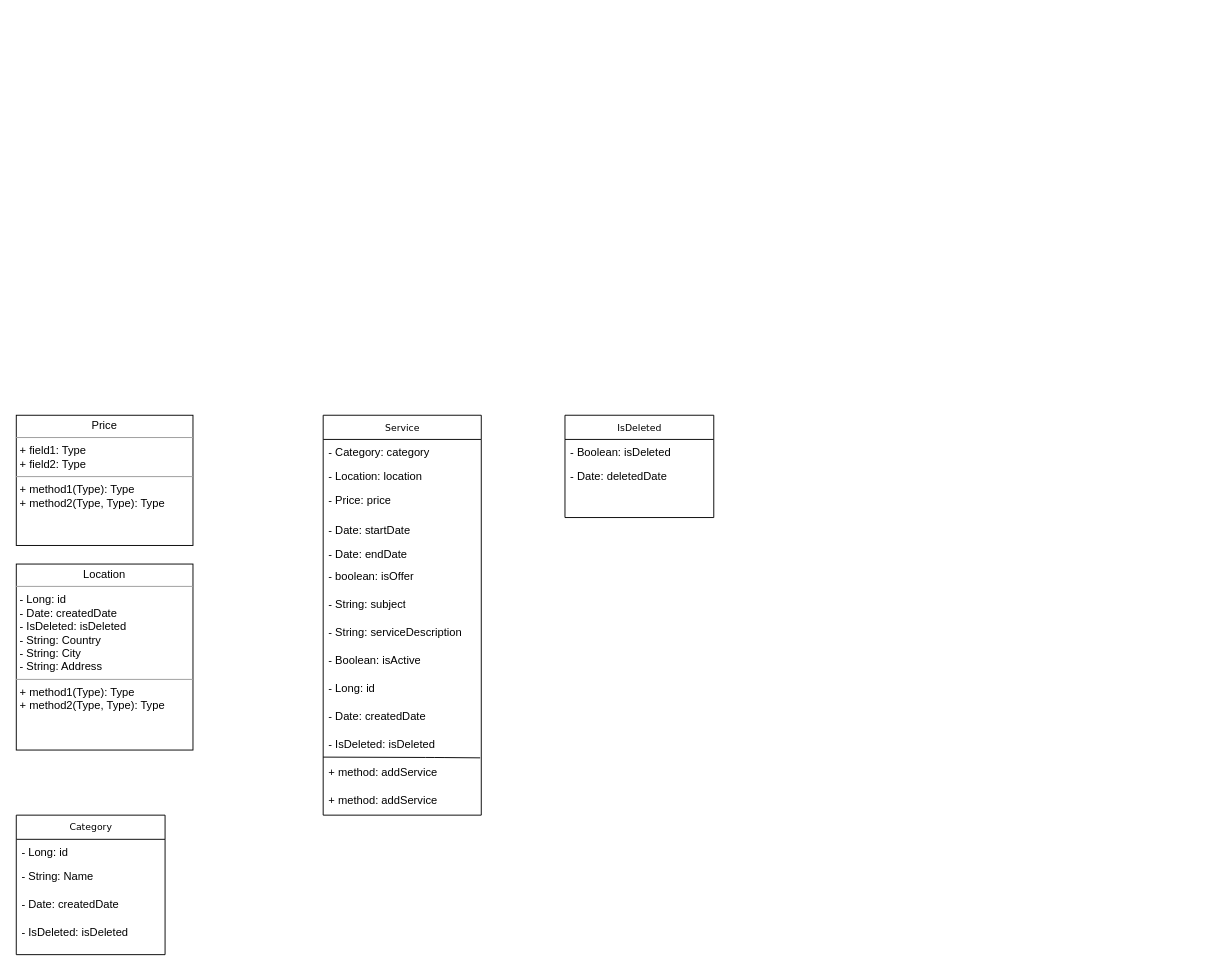
Earlier version of the draw.io diagram HelppyUML.drawio (StanislavRa/group_A_Helppy). Source tidied: cells renumbered, new cells numbered last; positions are measured from the earlier drawing's top-left corner, leaving out a move shared by most shapes. Both pictures are drawn from the tidied source at 93%, with x=0, y=0 at pixel (16, 415).
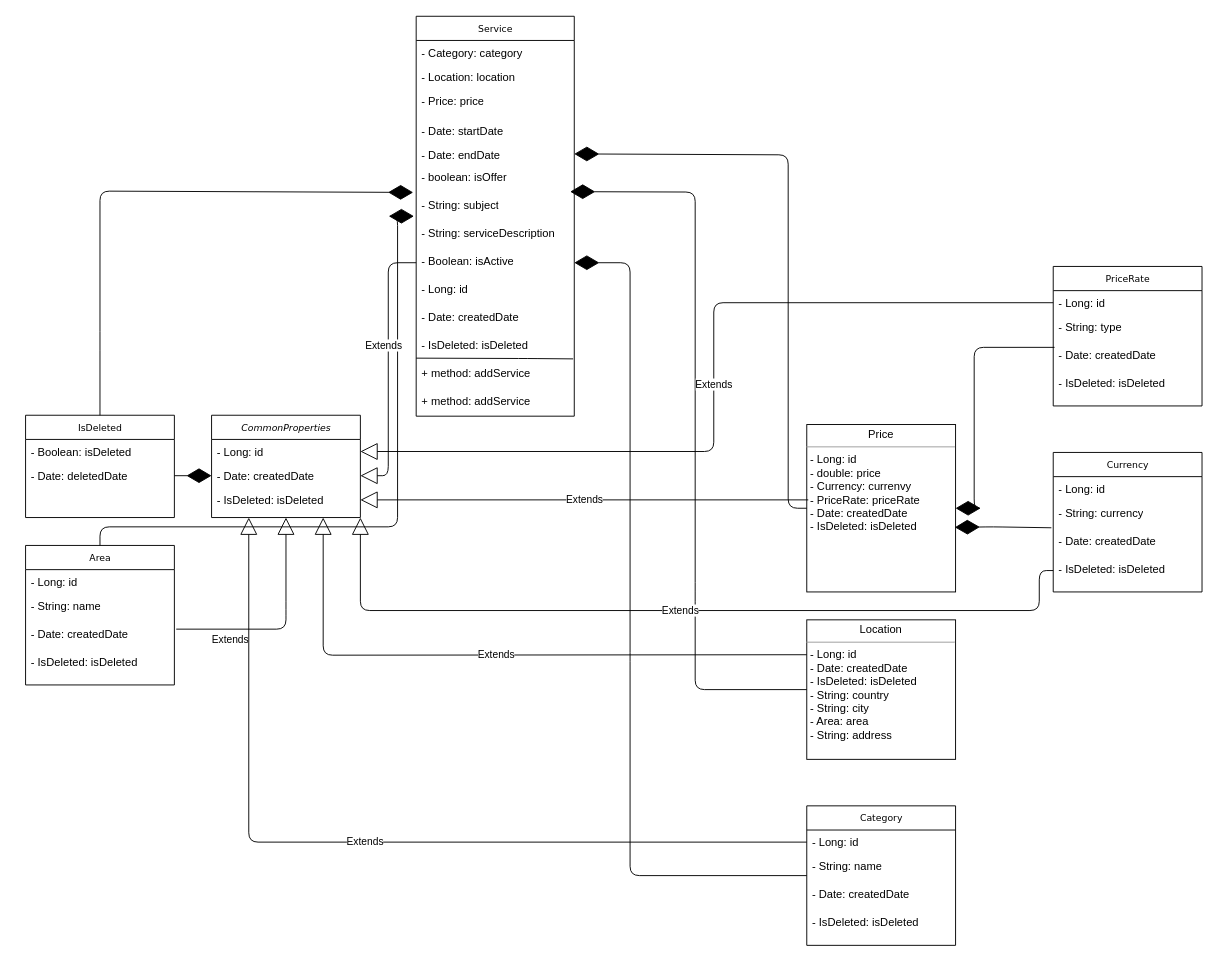
The same page after the edit.

The change refers to these unchanged cells:
```xml
<mxCell id="3" value="- Long: id" style="text;html=1;strokeColor=none;fillColor=none;align=left;verticalAlign=top;spacingLeft=4;spacingRight=4;whiteSpace=wrap;overflow=hidden;points=[[0,0.5],[1,0.5]];portConstraint=eastwest;" parent="2" vertex="1">
  <mxGeometry y="26" width="160" height="26" as="geometry" />
</mxCell>
<mxCell id="12" value="- Date: endDate" style="text;html=1;strokeColor=none;fillColor=none;align=left;verticalAlign=top;spacingLeft=4;spacingRight=4;whiteSpace=wrap;overflow=hidden;points=[[0,0.5],[1,0.5]];portConstraint=eastwest;" parent="7" vertex="1">
  <mxGeometry y="136" width="170" height="24" as="geometry" />
</mxCell>
<mxCell id="14" value="- String: subject" style="text;html=1;strokeColor=none;fillColor=none;align=left;verticalAlign=top;spacingLeft=4;spacingRight=4;whiteSpace=wrap;overflow=hidden;points=[[0,0.5],[1,0.5]];portConstraint=eastwest;" parent="7" vertex="1">
  <mxGeometry y="190" width="170" height="30" as="geometry" />
</mxCell>
<mxCell id="16" value="- Boolean: isActive" style="text;html=1;strokeColor=none;fillColor=none;align=left;verticalAlign=top;spacingLeft=4;spacingRight=4;whiteSpace=wrap;overflow=hidden;points=[[0,0.5],[1,0.5]];portConstraint=eastwest;" parent="7" vertex="1">
  <mxGeometry y="250" width="170" height="30" as="geometry" />
</mxCell>
<mxCell id="27" value="- Date: deletedDate" style="text;html=1;strokeColor=none;fillColor=none;align=left;verticalAlign=top;spacingLeft=4;spacingRight=4;whiteSpace=wrap;overflow=hidden;points=[[0,0.5],[1,0.5]];portConstraint=eastwest;" parent="25" vertex="1">
  <mxGeometry y="52" width="160" height="26" as="geometry" />
</mxCell>
```

The edit, as a diff of the source:
```diff
@@
     <mxCell id="2" value="Category" style="swimlane;html=1;fontStyle=0;horizontal=1;startSize=26;fillColor=none;swimlaneFillColor=#ffffff;rounded=0;shadow=0;comic=0;labelBackgroundColor=none;strokeWidth=1;fontFamily=Verdana;fontSize=10;align=center;" parent="1" vertex="1">
-      <mxGeometry y="430" width="160" height="150" as="geometry" />
+      <mxGeometry x="850" y="420" width="160" height="150" as="geometry" />
     </mxCell>
@@
-    <mxCell id="4" value="- String: Name" style="text;html=1;strokeColor=none;fillColor=none;align=left;verticalAlign=top;spacingLeft=4;spacingRight=4;whiteSpace=wrap;overflow=hidden;points=[[0,0.5],[1,0.5]];portConstraint=eastwest;" parent="2" vertex="1">
+    <mxCell id="4" value="- String: name" style="text;html=1;strokeColor=none;fillColor=none;align=left;verticalAlign=top;spacingLeft=4;spacingRight=4;whiteSpace=wrap;overflow=hidden;points=[[0,0.5],[1,0.5]];portConstraint=eastwest;" parent="2" vertex="1">
       <mxGeometry y="52" width="160" height="30" as="geometry" />
     </mxCell>
@@
     <mxCell id="7" value="Service" style="swimlane;html=1;fontStyle=0;horizontal=1;startSize=26;fillColor=none;swimlaneFillColor=#ffffff;rounded=0;shadow=0;comic=0;labelBackgroundColor=none;strokeWidth=1;fontFamily=Verdana;fontSize=10;align=center;" parent="1" vertex="1">
-      <mxGeometry x="330" width="170" height="430" as="geometry" />
+      <mxGeometry x="430" y="-429" width="170" height="430" as="geometry" />
     </mxCell>
@@
-    <mxCell id="23" value="&lt;p style=&quot;margin: 0px ; margin-top: 4px ; text-align: center&quot;&gt;Location&lt;/p&gt;&lt;hr size=&quot;1&quot;&gt;&lt;p style=&quot;margin: 0px ; margin-left: 4px&quot;&gt;- Long: id&lt;br&gt;- Date: createdDate&lt;/p&gt;&lt;p style=&quot;margin: 0px ; margin-left: 4px&quot;&gt;- IsDeleted: isDeleted&lt;/p&gt;&lt;p style=&quot;margin: 0px ; margin-left: 4px&quot;&gt;- String: Country&lt;/p&gt;&lt;p style=&quot;margin: 0px ; margin-left: 4px&quot;&gt;- String: City&lt;/p&gt;&lt;p style=&quot;margin: 0px ; margin-left: 4px&quot;&gt;- String: Address&lt;/p&gt;&lt;hr size=&quot;1&quot;&gt;&lt;p style=&quot;margin: 0px ; margin-left: 4px&quot;&gt;+ method1(Type): Type&lt;br&gt;+ method2(Type, Type): Type&lt;/p&gt;" style="verticalAlign=top;align=left;overflow=fill;fontSize=12;fontFamily=Helvetica;html=1;rounded=0;shadow=0;comic=0;labelBackgroundColor=none;strokeWidth=1;" parent="1" vertex="1">
-      <mxGeometry y="160" width="190" height="200" as="geometry" />
+    <mxCell id="23" value="&lt;p style=&quot;margin: 0px ; margin-top: 4px ; text-align: center&quot;&gt;Location&lt;/p&gt;&lt;hr size=&quot;1&quot;&gt;&lt;p style=&quot;margin: 0px ; margin-left: 4px&quot;&gt;- Long: id&lt;br&gt;- Date: createdDate&lt;/p&gt;&lt;p style=&quot;margin: 0px ; margin-left: 4px&quot;&gt;- IsDeleted: isDeleted&lt;/p&gt;&lt;p style=&quot;margin: 0px ; margin-left: 4px&quot;&gt;- String: country&lt;/p&gt;&lt;p style=&quot;margin: 0px ; margin-left: 4px&quot;&gt;- String: city&lt;/p&gt;&lt;p style=&quot;margin: 0px ; margin-left: 4px&quot;&gt;- Area: area&lt;/p&gt;&lt;p style=&quot;margin: 0px ; margin-left: 4px&quot;&gt;- String: address&lt;/p&gt;" style="verticalAlign=top;align=left;overflow=fill;fontSize=12;fontFamily=Helvetica;html=1;rounded=0;shadow=0;comic=0;labelBackgroundColor=none;strokeWidth=1;" parent="1" vertex="1">
+      <mxGeometry x="850" y="220" width="160" height="150" as="geometry" />
     </mxCell>
-    <mxCell id="24" value="&lt;p style=&quot;margin: 0px ; margin-top: 4px ; text-align: center&quot;&gt;Price&lt;/p&gt;&lt;hr size=&quot;1&quot;&gt;&lt;p style=&quot;margin: 0px ; margin-left: 4px&quot;&gt;+ field1: Type&lt;br&gt;+ field2: Type&lt;/p&gt;&lt;hr size=&quot;1&quot;&gt;&lt;p style=&quot;margin: 0px ; margin-left: 4px&quot;&gt;+ method1(Type): Type&lt;br&gt;+ method2(Type, Type): Type&lt;/p&gt;" style="verticalAlign=top;align=left;overflow=fill;fontSize=12;fontFamily=Helvetica;html=1;rounded=0;shadow=0;comic=0;labelBackgroundColor=none;strokeWidth=1;" parent="1" vertex="1">
-      <mxGeometry width="190" height="140" as="geometry" />
+    <mxCell id="24" value="&lt;p style=&quot;margin: 0px ; margin-top: 4px ; text-align: center&quot;&gt;Price&lt;/p&gt;&lt;hr size=&quot;1&quot;&gt;&lt;p style=&quot;margin: 0px ; margin-left: 4px&quot;&gt;- Long: id&lt;br&gt;- double: price&lt;/p&gt;&lt;p style=&quot;margin: 0px ; margin-left: 4px&quot;&gt;- Currency: currenvy&lt;/p&gt;&lt;p style=&quot;margin: 0px ; margin-left: 4px&quot;&gt;- PriceRate: priceRate&lt;/p&gt;&lt;p style=&quot;margin: 0px ; margin-left: 4px&quot;&gt;- Date: createdDate&lt;/p&gt;&lt;p style=&quot;margin: 0px ; margin-left: 4px&quot;&gt;- IsDeleted: isDeleted&lt;/p&gt;" style="verticalAlign=top;align=left;overflow=fill;fontSize=12;fontFamily=Helvetica;html=1;rounded=0;shadow=0;comic=0;labelBackgroundColor=none;strokeWidth=1;" parent="1" vertex="1">
+      <mxGeometry x="850" y="10" width="160" height="180" as="geometry" />
     </mxCell>
     <mxCell id="25" value="IsDeleted" style="swimlane;html=1;fontStyle=0;horizontal=1;startSize=26;fillColor=none;swimlaneFillColor=#ffffff;rounded=0;shadow=0;comic=0;labelBackgroundColor=none;strokeWidth=1;fontFamily=Verdana;fontSize=10;align=center;" parent="1" vertex="1">
-      <mxGeometry x="590" width="160" height="110" as="geometry" />
+      <mxGeometry x="10" width="160" height="110" as="geometry" />
     </mxCell>
@@
+    <mxCell id="28" value="Area" style="swimlane;html=1;fontStyle=0;horizontal=1;startSize=26;fillColor=none;swimlaneFillColor=#ffffff;rounded=0;shadow=0;comic=0;labelBackgroundColor=none;strokeWidth=1;fontFamily=Verdana;fontSize=10;align=center;" parent="1" vertex="1">
+      <mxGeometry x="10" y="140" width="160" height="150" as="geometry" />
+    </mxCell>
+    <mxCell id="29" value="- Long: id" style="text;html=1;strokeColor=none;fillColor=none;align=left;verticalAlign=top;spacingLeft=4;spacingRight=4;whiteSpace=wrap;overflow=hidden;" parent="28" vertex="1">
+      <mxGeometry y="26" width="160" height="26" as="geometry" />
+    </mxCell>
+    <mxCell id="30" value="- String: name" style="text;html=1;strokeColor=none;fillColor=none;align=left;verticalAlign=top;spacingLeft=4;spacingRight=4;whiteSpace=wrap;overflow=hidden;" parent="28" vertex="1">
+      <mxGeometry y="52" width="160" height="30" as="geometry" />
+    </mxCell>
+    <mxCell id="31" value="- Date: createdDate" style="text;html=1;strokeColor=none;fillColor=none;align=left;verticalAlign=top;spacingLeft=4;spacingRight=4;whiteSpace=wrap;overflow=hidden;" parent="28" vertex="1">
+      <mxGeometry y="82" width="160" height="30" as="geometry" />
+    </mxCell>
+    <mxCell id="32" value="- IsDeleted: isDeleted" style="text;html=1;strokeColor=none;fillColor=none;align=left;verticalAlign=top;spacingLeft=4;spacingRight=4;whiteSpace=wrap;overflow=hidden;" parent="28" vertex="1">
+      <mxGeometry y="112" width="160" height="30" as="geometry" />
+    </mxCell>
+    <mxCell id="33" value="PriceRate" style="swimlane;html=1;fontStyle=0;horizontal=1;startSize=26;fillColor=none;swimlaneFillColor=#ffffff;rounded=0;shadow=0;comic=0;labelBackgroundColor=none;strokeWidth=1;fontFamily=Verdana;fontSize=10;align=center;" parent="1" vertex="1">
+      <mxGeometry x="1115" y="-160" width="160" height="150" as="geometry" />
+    </mxCell>
+    <mxCell id="34" value="- Long: id" style="text;html=1;strokeColor=none;fillColor=none;align=left;verticalAlign=top;spacingLeft=4;spacingRight=4;whiteSpace=wrap;overflow=hidden;points=[[0,0.5],[1,0.5]];portConstraint=eastwest;" parent="33" vertex="1">
+      <mxGeometry y="26" width="160" height="26" as="geometry" />
+    </mxCell>
+    <mxCell id="35" value="- String: type" style="text;html=1;strokeColor=none;fillColor=none;align=left;verticalAlign=top;spacingLeft=4;spacingRight=4;whiteSpace=wrap;overflow=hidden;" parent="33" vertex="1">
+      <mxGeometry y="52" width="160" height="30" as="geometry" />
+    </mxCell>
+    <mxCell id="36" value="- Date: createdDate" style="text;html=1;strokeColor=none;fillColor=none;align=left;verticalAlign=top;spacingLeft=4;spacingRight=4;whiteSpace=wrap;overflow=hidden;points=[[0,0.5],[1,0.5]];portConstraint=eastwest;" parent="33" vertex="1">
+      <mxGeometry y="82" width="160" height="30" as="geometry" />
+    </mxCell>
+    <mxCell id="37" value="- IsDeleted: isDeleted" style="text;html=1;strokeColor=none;fillColor=none;align=left;verticalAlign=top;spacingLeft=4;spacingRight=4;whiteSpace=wrap;overflow=hidden;" parent="33" vertex="1">
+      <mxGeometry y="112" width="160" height="30" as="geometry" />
+    </mxCell>
+    <mxCell id="38" value="Currency" style="swimlane;html=1;fontStyle=0;horizontal=1;startSize=26;fillColor=none;swimlaneFillColor=#ffffff;rounded=0;shadow=0;comic=0;labelBackgroundColor=none;strokeWidth=1;fontFamily=Verdana;fontSize=10;align=center;" parent="1" vertex="1">
+      <mxGeometry x="1115" y="40" width="160" height="150" as="geometry" />
+    </mxCell>
+    <mxCell id="39" value="- Long: id" style="text;html=1;strokeColor=none;fillColor=none;align=left;verticalAlign=top;spacingLeft=4;spacingRight=4;whiteSpace=wrap;overflow=hidden;" parent="38" vertex="1">
+      <mxGeometry y="26" width="160" height="26" as="geometry" />
+    </mxCell>
+    <mxCell id="40" value="- String: currency" style="text;html=1;strokeColor=none;fillColor=none;align=left;verticalAlign=top;spacingLeft=4;spacingRight=4;whiteSpace=wrap;overflow=hidden;" parent="38" vertex="1">
+      <mxGeometry y="52" width="160" height="30" as="geometry" />
+    </mxCell>
+    <mxCell id="41" value="- Date: createdDate" style="text;html=1;strokeColor=none;fillColor=none;align=left;verticalAlign=top;spacingLeft=4;spacingRight=4;whiteSpace=wrap;overflow=hidden;" parent="38" vertex="1">
+      <mxGeometry y="82" width="160" height="30" as="geometry" />
+    </mxCell>
+    <mxCell id="42" value="- IsDeleted: isDeleted" style="text;html=1;strokeColor=none;fillColor=none;align=left;verticalAlign=top;spacingLeft=4;spacingRight=4;whiteSpace=wrap;overflow=hidden;points=[[0,0.5],[1,0.5]];portConstraint=eastwest;" parent="38" vertex="1">
+      <mxGeometry y="112" width="160" height="30" as="geometry" />
+    </mxCell>
+    <mxCell id="43" style="endArrow=diamondThin;endFill=1;endSize=24;html=1;exitX=0;exitY=0.5;exitDx=0;exitDy=0;entryX=1;entryY=0.5;entryDx=0;entryDy=0;" parent="1" edge="1" source="24" target="12">
+      <mxGeometry relative="1" as="geometry">
+        <Array as="points">
+          <mxPoint x="830" y="100" />
+          <mxPoint x="830" y="-280" />
+        </Array>
+      </mxGeometry>
+    </mxCell>
+    <mxCell id="44" style="endArrow=diamondThin;endFill=1;endSize=24;html=1;exitX=0;exitY=0.5;exitDx=0;exitDy=0;entryX=0.974;entryY=-0.047;entryDx=0;entryDy=0;entryPerimeter=0;" parent="1" edge="1" source="23" target="14">
+      <mxGeometry relative="1" as="geometry">
+        <Array as="points">
+          <mxPoint x="730" y="295" />
+          <mxPoint x="730" y="190" />
+          <mxPoint x="730" y="-240" />
+        </Array>
+      </mxGeometry>
+    </mxCell>
+    <mxCell id="45" style="endArrow=diamondThin;endFill=1;endSize=24;html=1;exitX=0;exitY=0.767;exitDx=0;exitDy=0;entryX=1;entryY=0.5;entryDx=0;entryDy=0;exitPerimeter=0;" parent="1" edge="1" source="4" target="16">
+      <mxGeometry relative="1" as="geometry">
+        <Array as="points">
+          <mxPoint x="660" y="495" />
+          <mxPoint x="660" y="265" />
+          <mxPoint x="660" y="-164" />
+        </Array>
+      </mxGeometry>
+    </mxCell>
+    <mxCell id="46" style="endArrow=diamondThin;endFill=1;endSize=24;html=1;exitX=0.5;exitY=0;exitDx=0;exitDy=0;entryX=-0.019;entryY=-0.02;entryDx=0;entryDy=0;entryPerimeter=0;" parent="1" edge="1" source="25" target="14">
+      <mxGeometry relative="1" as="geometry">
+        <Array as="points">
+          <mxPoint x="90" y="-80" />
+          <mxPoint x="90" y="-241" />
+        </Array>
+      </mxGeometry>
+    </mxCell>
+    <mxCell id="47" style="endArrow=diamondThin;endFill=1;endSize=24;html=1;entryX=-0.014;entryY=0.833;entryDx=0;entryDy=0;entryPerimeter=0;exitX=0.5;exitY=0;exitDx=0;exitDy=0;" parent="1" edge="1" source="28" target="14">
+      <mxGeometry relative="1" as="geometry">
+        <Array as="points">
+          <mxPoint x="90" y="120" />
+          <mxPoint x="410" y="120" />
+          <mxPoint x="410" y="-214" />
+        </Array>
+      </mxGeometry>
+    </mxCell>
+    <mxCell id="48" style="endArrow=diamondThin;endFill=1;endSize=24;html=1;exitX=0.009;exitY=0.167;exitDx=0;exitDy=0;entryX=1;entryY=0.5;entryDx=0;entryDy=0;exitPerimeter=0;" parent="1" edge="1" source="36" target="24">
+      <mxGeometry relative="1" as="geometry">
+        <Array as="points">
+          <mxPoint x="1030" y="-73" />
+          <mxPoint x="1030" y="100" />
+        </Array>
+      </mxGeometry>
+    </mxCell>
+    <mxCell id="49" style="endArrow=diamondThin;endFill=1;endSize=24;html=1;entryX=0.995;entryY=0.614;entryDx=0;entryDy=0;entryPerimeter=0;" parent="1" edge="1" target="24">
+      <mxGeometry relative="1" as="geometry">
+        <mxPoint x="1113" y="121" as="sourcePoint" />
+        <Array as="points">
+          <mxPoint x="1050" y="120" />
+        </Array>
+      </mxGeometry>
+    </mxCell>
+    <mxCell id="50" value="&lt;i&gt;CommonProperties&lt;/i&gt;" style="swimlane;html=1;fontStyle=0;horizontal=1;startSize=26;fillColor=none;swimlaneFillColor=#ffffff;rounded=0;shadow=0;comic=0;labelBackgroundColor=none;strokeWidth=1;fontFamily=Verdana;fontSize=10;align=center;" parent="1" vertex="1">
+      <mxGeometry x="210" width="160" height="110" as="geometry" />
+    </mxCell>
+    <mxCell id="51" value="- Long: id" style="text;html=1;strokeColor=none;fillColor=none;align=left;verticalAlign=top;spacingLeft=4;spacingRight=4;whiteSpace=wrap;overflow=hidden;points=[[0,0.5],[1,0.5]];portConstraint=eastwest;" parent="50" vertex="1">
+      <mxGeometry y="26" width="160" height="26" as="geometry" />
+    </mxCell>
+    <mxCell id="52" value="- Date: createdDate" style="text;html=1;strokeColor=none;fillColor=none;align=left;verticalAlign=top;spacingLeft=4;spacingRight=4;whiteSpace=wrap;overflow=hidden;points=[[0,0.5],[1,0.5]];portConstraint=eastwest;" parent="50" vertex="1">
+      <mxGeometry y="52" width="160" height="26" as="geometry" />
+    </mxCell>
+    <mxCell id="53" value="- IsDeleted: isDeleted" style="text;html=1;strokeColor=none;fillColor=none;align=left;verticalAlign=top;spacingLeft=4;spacingRight=4;whiteSpace=wrap;overflow=hidden;points=[[0,0.5],[1,0.5]];portConstraint=eastwest;" parent="50" vertex="1">
+      <mxGeometry y="78" width="160" height="26" as="geometry" />
+    </mxCell>
+    <mxCell id="54" style="endArrow=diamondThin;endFill=1;endSize=24;html=1;exitX=1;exitY=0.5;exitDx=0;exitDy=0;entryX=0;entryY=0.5;entryDx=0;entryDy=0;" parent="1" edge="1" source="27" target="52">
+      <mxGeometry relative="1" as="geometry" />
+    </mxCell>
+    <mxCell id="55" value="Extends" style="endArrow=block;endSize=16;endFill=0;html=1;exitX=0;exitY=0.5;exitDx=0;exitDy=0;entryX=1;entryY=0.5;entryDx=0;entryDy=0;" parent="1" edge="1" source="16" target="52">
+      <mxGeometry x="-0.17" y="-5" relative="1" as="geometry">
+        <Array as="points">
+          <mxPoint x="400" y="-164" />
+          <mxPoint x="400" y="65" />
+        </Array>
+        <mxPoint y="-1" as="offset" />
+      </mxGeometry>
+    </mxCell>
+    <mxCell id="56" value="Extends" style="endArrow=block;endSize=16;endFill=0;html=1;entryX=0.5;entryY=1;entryDx=0;entryDy=0;" parent="1" edge="1" target="50">
+      <mxGeometry x="-0.51" y="-11" relative="1" as="geometry">
+        <mxPoint x="172" y="230" as="sourcePoint" />
+        <Array as="points">
+          <mxPoint x="290" y="230" />
+          <mxPoint x="290" y="210" />
+        </Array>
+      </mxGeometry>
+    </mxCell>
+    <mxCell id="57" value="Extends" style="endArrow=block;endSize=16;endFill=0;html=1;exitX=0.01;exitY=0.45;exitDx=0;exitDy=0;entryX=1;entryY=0.5;entryDx=0;entryDy=0;exitPerimeter=0;" parent="1" edge="1" source="24" target="53">
+      <mxGeometry relative="1" as="geometry" />
+    </mxCell>
+    <mxCell id="58" value="Extends" style="endArrow=block;endSize=16;endFill=0;html=1;exitX=0;exitY=0.25;exitDx=0;exitDy=0;entryX=0.75;entryY=1;entryDx=0;entryDy=0;" parent="1" edge="1" source="23" target="50">
+      <mxGeometry relative="1" as="geometry">
+        <Array as="points">
+          <mxPoint x="330" y="258" />
+        </Array>
+      </mxGeometry>
+    </mxCell>
+    <mxCell id="59" value="Extends" style="endArrow=block;endSize=16;endFill=0;html=1;exitX=0;exitY=0.5;exitDx=0;exitDy=0;entryX=0.25;entryY=1;entryDx=0;entryDy=0;" parent="1" edge="1" source="3" target="50">
+      <mxGeometry relative="1" as="geometry">
+        <Array as="points">
+          <mxPoint x="250" y="459" />
+        </Array>
+      </mxGeometry>
+    </mxCell>
+    <mxCell id="60" value="Extends" style="endArrow=block;endSize=16;endFill=0;html=1;exitX=0;exitY=0.5;exitDx=0;exitDy=0;entryX=1;entryY=1;entryDx=0;entryDy=0;" parent="1" edge="1" source="42" target="50">
+      <mxGeometry relative="1" as="geometry">
+        <Array as="points">
+          <mxPoint x="1100" y="167" />
+          <mxPoint x="1100" y="210" />
+          <mxPoint x="370" y="210" />
+        </Array>
+      </mxGeometry>
+    </mxCell>
+    <mxCell id="61" value="Extends" style="endArrow=block;endSize=16;endFill=0;html=1;exitX=0;exitY=0.5;exitDx=0;exitDy=0;entryX=1;entryY=0.5;entryDx=0;entryDy=0;" parent="1" edge="1" source="34" target="51">
+      <mxGeometry relative="1" as="geometry">
+        <Array as="points">
+          <mxPoint x="750" y="-121" />
+          <mxPoint x="750" y="39" />
+        </Array>
+      </mxGeometry>
+    </mxCell>
```
